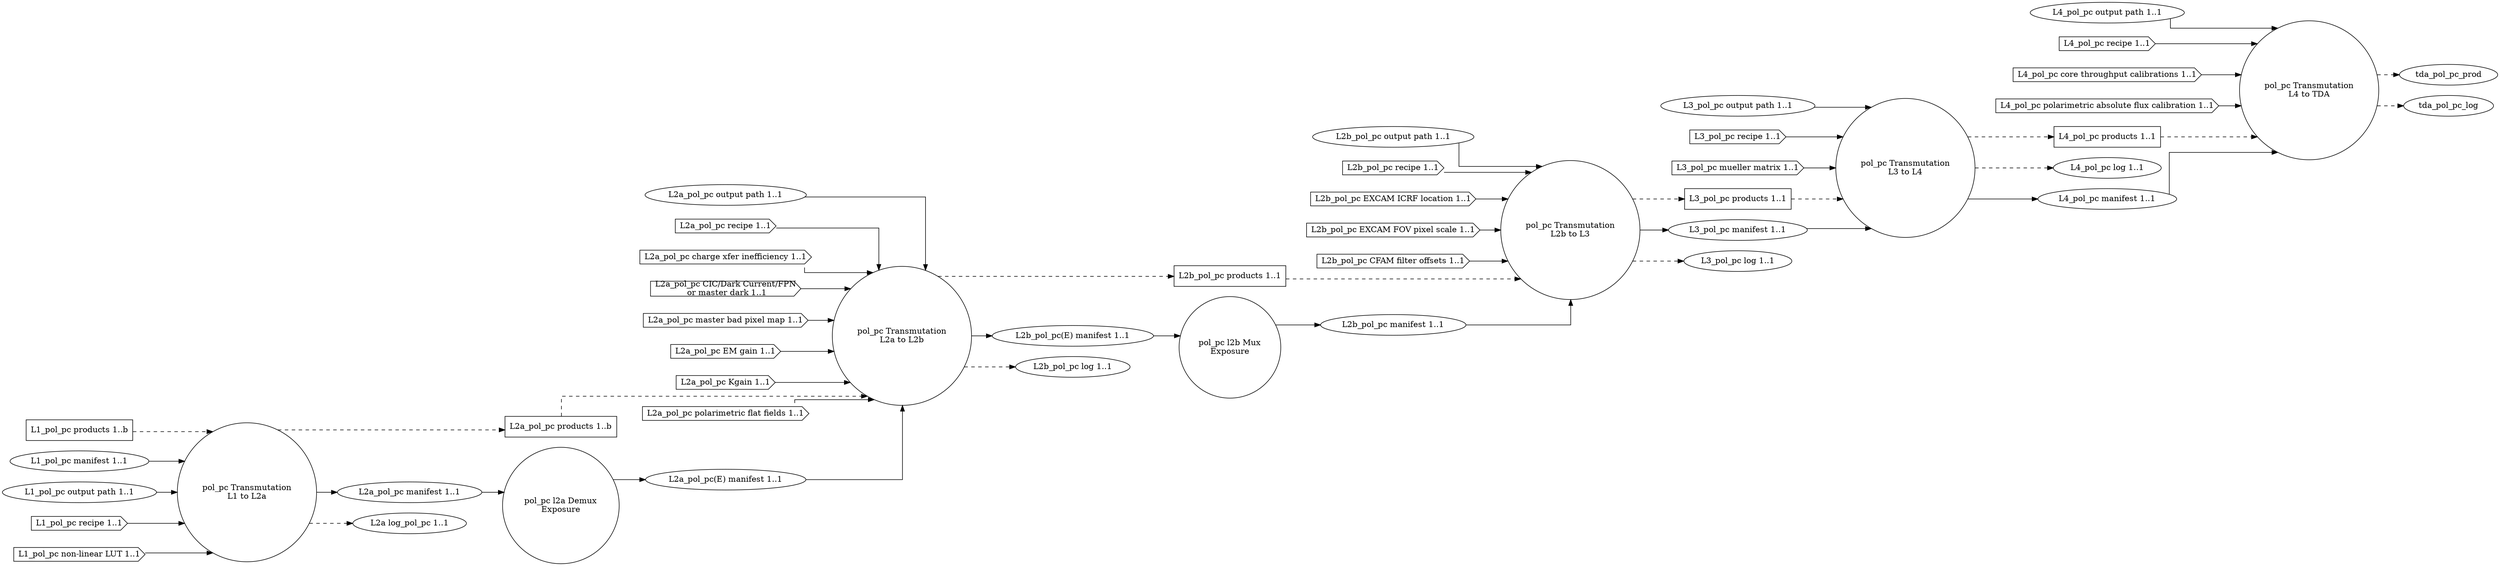
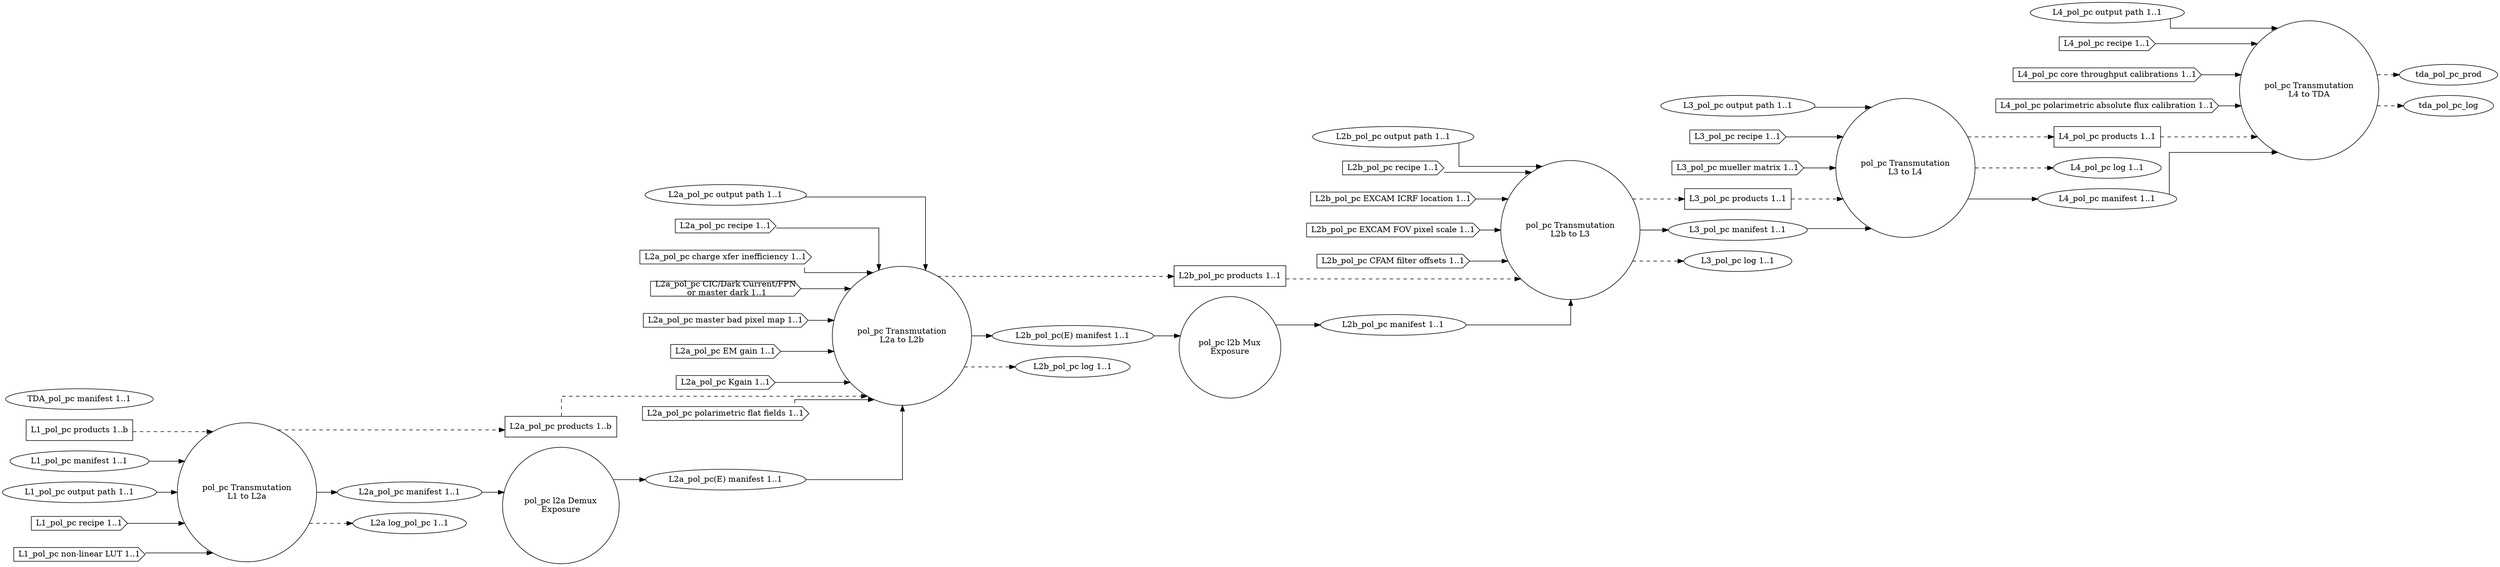
digraph PolarimetryPhotonCount {
graph [splines="ortho", rankdir=LR];
trans_pol_pc_l1_l2a [label="pol_pc Transmutation\nL1 to L2a", shape="circle", runname="l1.transmutation_pol_pc", runtype="dawgie.Algorithm", fsmtype="dip.base.Runner"];
l2a_pol_pc_demux [label="pol_pc l2a Demux\nExposure", shape="circle", runname="l2a.demux_pol_pc", runtype="dawgie.Algorithm", fsmtype="dip.clerk.impls.demux.FSM"];
trans_pol_pc_l2a_l2b [label="pol_pc Transmutation\nL2a to L2b", shape="circle", runname="l2a.transmutation_pol_pc", runtype="dawgie.Algorithm", fsmtype="dip.base.Runner"];
l2b_pol_pc_mux [label="pol_pc l2b Mux\nExposure", shape="circle", runname="l2b.mux_pol_pc", runtype="dawgie.Analyzer", fsmtype="dip.clerk.impls.mux.FSM"];
trans_pol_pc_l2b_l3 [label="pol_pc Transmutation\nL2b to L3", shape="circle", runname="l2b.transmutation_pol_pc", runtype="dawgie.Algorithm", fsmtype="dip.base.Runner"];
trans_pol_pc_l3_l4 [label="pol_pc Transmutation\nL3 to L4", shape="circle", runname="l3.transmutation_pol_pc", runtype="dawgie.Algorithm", fsmtype="dip.base.Runner"];
trans_pol_pc_l4_tda [label="pol_pc Transmutation\nL4 to TDA", shape="circle", runname="l4.transmutation_pol_pc", runtype="dawgie.Algorithm", fsmtype="dip.base.Runner"];
l1_pol_pc_prod [label="L1_pol_pc products 1..b", shape="rectangle"];
l1_pol_pc_man [label="L1_pol_pc manifest 1..1", shape="ellipse"];
l1_pol_pc_odir [label="L1_pol_pc output path 1..1", shape="ellipse"];
l1_pol_pc_rec [label="L1_pol_pc recipe 1..1", shape="cds"];
l1_pol_pc_nllut [label="L1_pol_pc non-linear LUT 1..1", shape="cds"];
l2a_pol_pc_prod [label="L2a_pol_pc products 1..b", shape="rectangle"];
l2a_pol_pc_man [label="L2a_pol_pc manifest 1..1", shape="ellipse", valname="l1.transmutation_pol_pc.product.manifest", valtype="dip.base.Manifest"];
l2a_pol_pc_odir [label="L2a_pol_pc output path 1..1", shape="ellipse"];
l2a_pol_pc_rec [label="L2a_pol_pc recipe 1..1", shape="cds"];
l2a_pol_pc_cti [label="L2a_pol_pc charge xfer inefficiency 1..1", shape="cds"];
l2a_pol_pc_dnb [label="L2a_pol_pc CIC/Dark Current/FPN\n or master dark 1..1", shape="cds"];
l2a_pol_pc_mbpm [label="L2a_pol_pc master bad pixel map 1..1", shape="cds"];
l2a_pol_pc_emg [label="L2a_pol_pc EM gain 1..1", shape="cds"];
l2a_pol_pc_kgain [label="L2a_pol_pc Kgain 1..1", shape="cds"];
l2a_pol_pc_polff [label="L2a_pol_pc polarimetric flat fields 1..1", shape="cds"];
l2a_pol_pc_log [label="L2a log_pol_pc 1..1", shape="ellipse"];
l2a_pol_pc_man_demux [label="L2a_pol_pc(E) manifest 1..1", shape="ellipse", valname="l2a.demux_pol_pc.product.manifest", valtype="dip.base.Manifest"];
l2b_pol_pc_prod [label="L2b_pol_pc products 1..1", shape="rectangle"];
l2b_pol_pc_man [label="L2b_pol_pc manifest 1..1", shape="ellipse", valname="l2b.mux_pol_pc.product.manifest", valtype="dip.base.Manifest"];
l2b_pol_pc_odir [label="L2b_pol_pc output path 1..1", shape="ellipse"];
l2b_pol_pc_rec [label="L2b_pol_pc recipe 1..1", shape="cds"];
l2b_pol_pc_excicrf [label="L2b_pol_pc EXCAM ICRF location 1..1", shape="cds"];
l2b_pol_pc_excfovps [label="L2b_pol_pc EXCAM FOV pixel scale 1..1", shape="cds"];
l2b_pol_pc_cfamfo [label="L2b_pol_pc CFAM filter offsets 1..1", shape="cds"];
l2b_pol_pc_man_demux [label="L2b_pol_pc(E) manifest 1..1", shape="ellipse", valname="l2a.transmutation_pol_pc.product.manifest", valtype="dip.base.Manifest"];
l2b_pol_pc_log [label="L2b_pol_pc log 1..1", shape="ellipse"];
l3_pol_pc_prod [label="L3_pol_pc products 1..1", shape="rectangle"];
l3_pol_pc_odir [label="L3_pol_pc output path 1..1", shape="ellipse"];
l3_pol_pc_man [label="L3_pol_pc manifest 1..1", shape="ellipse", valname="l2b.transmutation_pol_pc.product.manifest", valtype="dip.base.Manifest"];
l3_pol_pc_rec [label="L3_pol_pc recipe 1..1", shape="cds"];
l3_pol_pc_mueller [label="L3_pol_pc mueller matrix 1..1", shape="cds"];
l3_pol_pc_log [label="L3_pol_pc log 1..1", shape="ellipse"];
l4_pol_pc_prod [label="L4_pol_pc products 1..1", shape="rectangle"];
l4_pol_pc_log [label="L4_pol_pc log 1..1", shape="ellipse"];
l4_pol_pc_man [label="L4_pol_pc manifest 1..1", shape="ellipse", valname="l3.transmutation_pol_pc.product.manifest", valtype="dip.base.Manifest"];
l4_pol_pc_odir [label="L4_pol_pc output path 1..1", shape="ellipse"];
l4_pol_pc_rec [label="L4_pol_pc recipe 1..1", shape="cds"];
l4_pol_pc_ctcal [label="L4_pol_pc core throughput calibrations 1..1", shape="cds"];
l4_pol_pc_afcal [label="L4_pol_pc polarimetric absolute flux calibration 1..1", shape="cds"];
+ tda_pol_pc_man [label="TDA_pol_pc manifest 1..1", shape="ellipse", valname="l4.transmutation_pol_pc.product.manifest", valtype="dip.base.Manifest"];
l1_pol_pc_prod -> trans_pol_pc_l1_l2a [style="dashed"];
l1_pol_pc_man -> trans_pol_pc_l1_l2a;
l1_pol_pc_odir -> trans_pol_pc_l1_l2a;
l1_pol_pc_rec -> trans_pol_pc_l1_l2a;
l1_pol_pc_nllut -> trans_pol_pc_l1_l2a;
trans_pol_pc_l1_l2a -> l2a_pol_pc_prod [style="dashed"];
trans_pol_pc_l1_l2a -> l2a_pol_pc_man;
trans_pol_pc_l1_l2a -> l2a_pol_pc_log [style="dashed"];
l2a_pol_pc_prod -> trans_pol_pc_l2a_l2b [style="dashed"];
l2a_pol_pc_odir -> trans_pol_pc_l2a_l2b;
l2a_pol_pc_rec -> trans_pol_pc_l2a_l2b;
l2a_pol_pc_cti -> trans_pol_pc_l2a_l2b;
l2a_pol_pc_dnb -> trans_pol_pc_l2a_l2b;
l2a_pol_pc_mbpm -> trans_pol_pc_l2a_l2b;
l2a_pol_pc_emg -> trans_pol_pc_l2a_l2b;
l2a_pol_pc_kgain -> trans_pol_pc_l2a_l2b;
l2a_pol_pc_polff -> trans_pol_pc_l2a_l2b;
trans_pol_pc_l2a_l2b -> l2b_pol_pc_prod [style="dashed"];
trans_pol_pc_l2a_l2b -> l2b_pol_pc_man_demux;
trans_pol_pc_l2a_l2b -> l2b_pol_pc_log [style="dashed"];
l2a_pol_pc_man -> l2a_pol_pc_demux;
l2a_pol_pc_demux -> l2a_pol_pc_man_demux;
l2a_pol_pc_man_demux -> trans_pol_pc_l2a_l2b;
l2b_pol_pc_man_demux -> l2b_pol_pc_mux;
l2b_pol_pc_mux -> l2b_pol_pc_man;
l2b_pol_pc_prod -> trans_pol_pc_l2b_l3 [style="dashed"];
l2b_pol_pc_man -> trans_pol_pc_l2b_l3;
l2b_pol_pc_odir -> trans_pol_pc_l2b_l3;
l2b_pol_pc_rec -> trans_pol_pc_l2b_l3;
l2b_pol_pc_excicrf -> trans_pol_pc_l2b_l3;
l2b_pol_pc_excfovps -> trans_pol_pc_l2b_l3;
l2b_pol_pc_cfamfo -> trans_pol_pc_l2b_l3;
trans_pol_pc_l2b_l3 -> l3_pol_pc_prod [style="dashed"];
trans_pol_pc_l2b_l3 -> l3_pol_pc_man;
trans_pol_pc_l2b_l3 -> l3_pol_pc_log [style="dashed"];
l3_pol_pc_prod -> trans_pol_pc_l3_l4 [style="dashed"];
l3_pol_pc_man -> trans_pol_pc_l3_l4;
l3_pol_pc_odir -> trans_pol_pc_l3_l4;
l3_pol_pc_rec -> trans_pol_pc_l3_l4;
l3_pol_pc_mueller -> trans_pol_pc_l3_l4;
trans_pol_pc_l3_l4 -> l4_pol_pc_prod [style="dashed"];
trans_pol_pc_l3_l4 -> l4_pol_pc_log [style="dashed"];
trans_pol_pc_l3_l4 -> l4_pol_pc_man;
l4_pol_pc_prod -> trans_pol_pc_l4_tda [style="dashed"];
l4_pol_pc_man -> trans_pol_pc_l4_tda;
l4_pol_pc_odir -> trans_pol_pc_l4_tda;
l4_pol_pc_rec -> trans_pol_pc_l4_tda;
l4_pol_pc_ctcal -> trans_pol_pc_l4_tda;
l4_pol_pc_afcal -> trans_pol_pc_l4_tda;
trans_pol_pc_l4_tda -> tda_pol_pc_prod [style="dashed"];
trans_pol_pc_l4_tda -> tda_pol_pc_log [style="dashed"];
}
